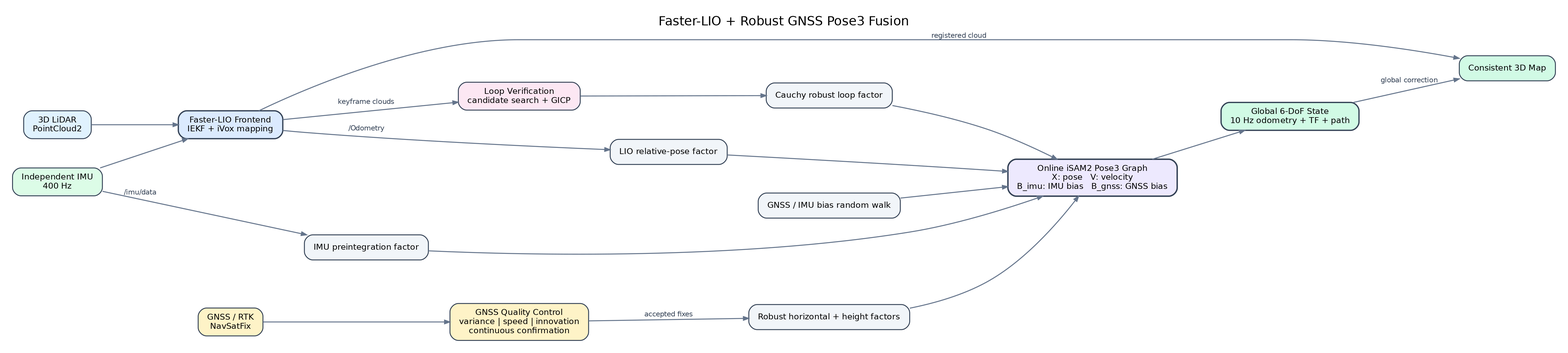
Earlier version of the Graphviz export docs/assets/system_architecture.png (Xiaodaoshuaiqi/fasterlio_multi). Its source is kept beside it as docs/system_architecture.dot.
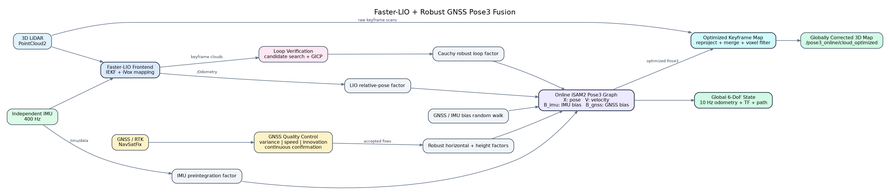
Above is the later version.

Commit message:
Add optimized keyframe map reconstruction

What changed in the source:
```diff
@@ -64,7 +64,15 @@
     fillcolor="#D1FAE5",
     penwidth=1.8
   ];
-  map [label="Consistent 3D Map", fillcolor="#D1FAE5"];
+  map_builder [
+    label="Optimized Keyframe Map\nreproject + merge + voxel filter",
+    fillcolor="#CFFAFE",
+    penwidth=1.8
+  ];
+  map [
+    label="Globally Corrected 3D Map\n/pose3_online/cloud_optimized",
+    fillcolor="#D1FAE5"
+  ];
 
   lidar -> frontend;
   imu -> frontend;
@@ -82,6 +90,7 @@
   loop_factor -> graph_state;
 
   graph_state -> output;
-  frontend -> map [label="registered cloud"];
-  output -> map [label="global correction"];
+  lidar -> map_builder [label="raw keyframe scans"];
+  graph_state -> map_builder [label="optimized Pose3"];
+  map_builder -> map;
 }
```
